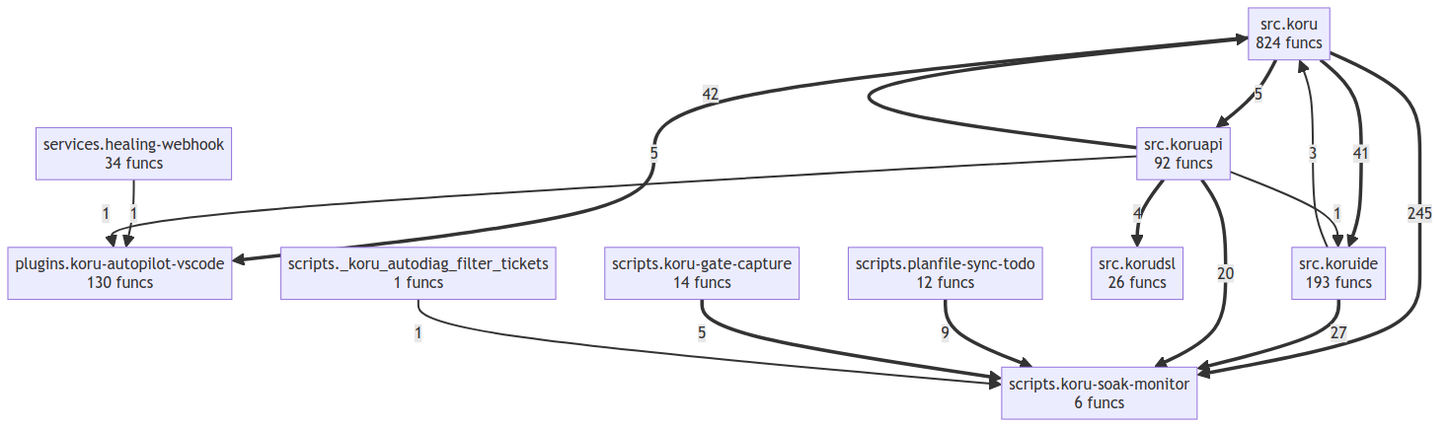
Earlier version of the Mermaid export project/compact_flow.png (semcod/koru). Its source is kept beside it as project/compact_flow.mmd.
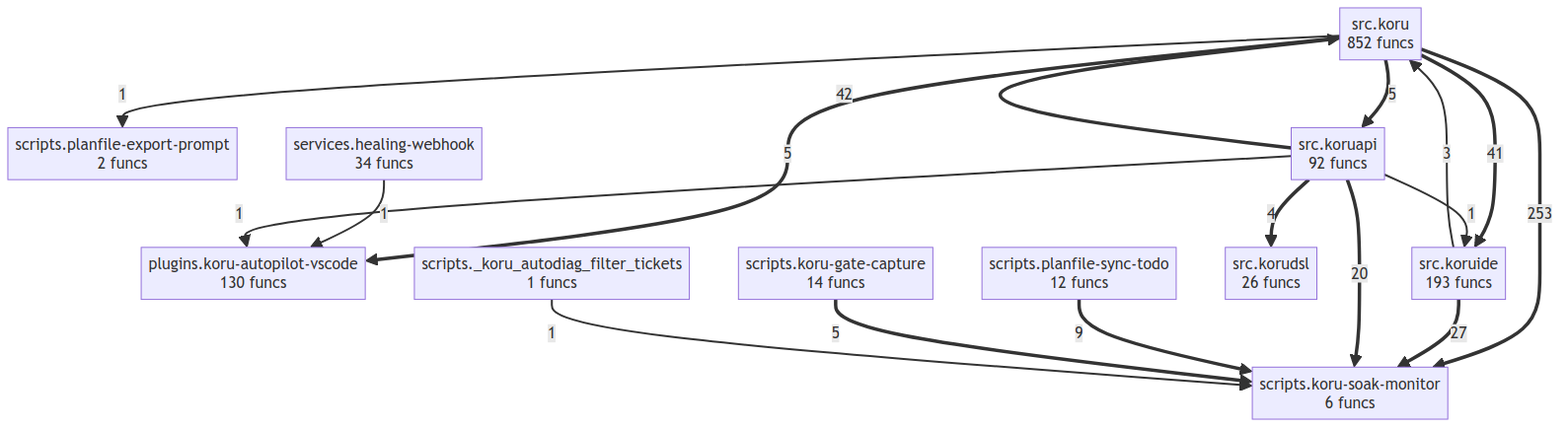
Above is the later version.

Change to the diagram source:
```diff
@@ -3,13 +3,14 @@
     scripts___koru_autodiag_filter_tickets["scripts._koru_autodiag_filter_tickets<br/>1 funcs"]
     scripts__koru_gate_capture["scripts.koru-gate-capture<br/>14 funcs"]
     scripts__koru_soak_monitor["scripts.koru-soak-monitor<br/>6 funcs"]
+    scripts__planfile_export_prompt["scripts.planfile-export-prompt<br/>2 funcs"]
     scripts__planfile_sync_todo["scripts.planfile-sync-todo<br/>12 funcs"]
     services__healing_webhook["services.healing-webhook<br/>34 funcs"]
-    src__koru["src.koru<br/>824 funcs"]
+    src__koru["src.koru<br/>852 funcs"]
     src__koruapi["src.koruapi<br/>92 funcs"]
     src__korudsl["src.korudsl<br/>26 funcs"]
     src__koruide["src.koruide<br/>193 funcs"]
-    src__koru ==>|245| scripts__koru_soak_monitor
+    src__koru ==>|253| scripts__koru_soak_monitor
     src__koruapi ==>|42| src__koru
     src__koru ==>|41| src__koruide
     src__koruide ==>|27| scripts__koru_soak_monitor
@@ -24,3 +25,4 @@
     src__koruapi -->|1| plugins__koru_autopilot_vscode
     src__koruapi -->|1| src__koruide
     scripts___koru_autodiag_filter_tickets -->|1| scripts__koru_soak_monitor
+    src__koru -->|1| scripts__planfile_export_prompt
```
